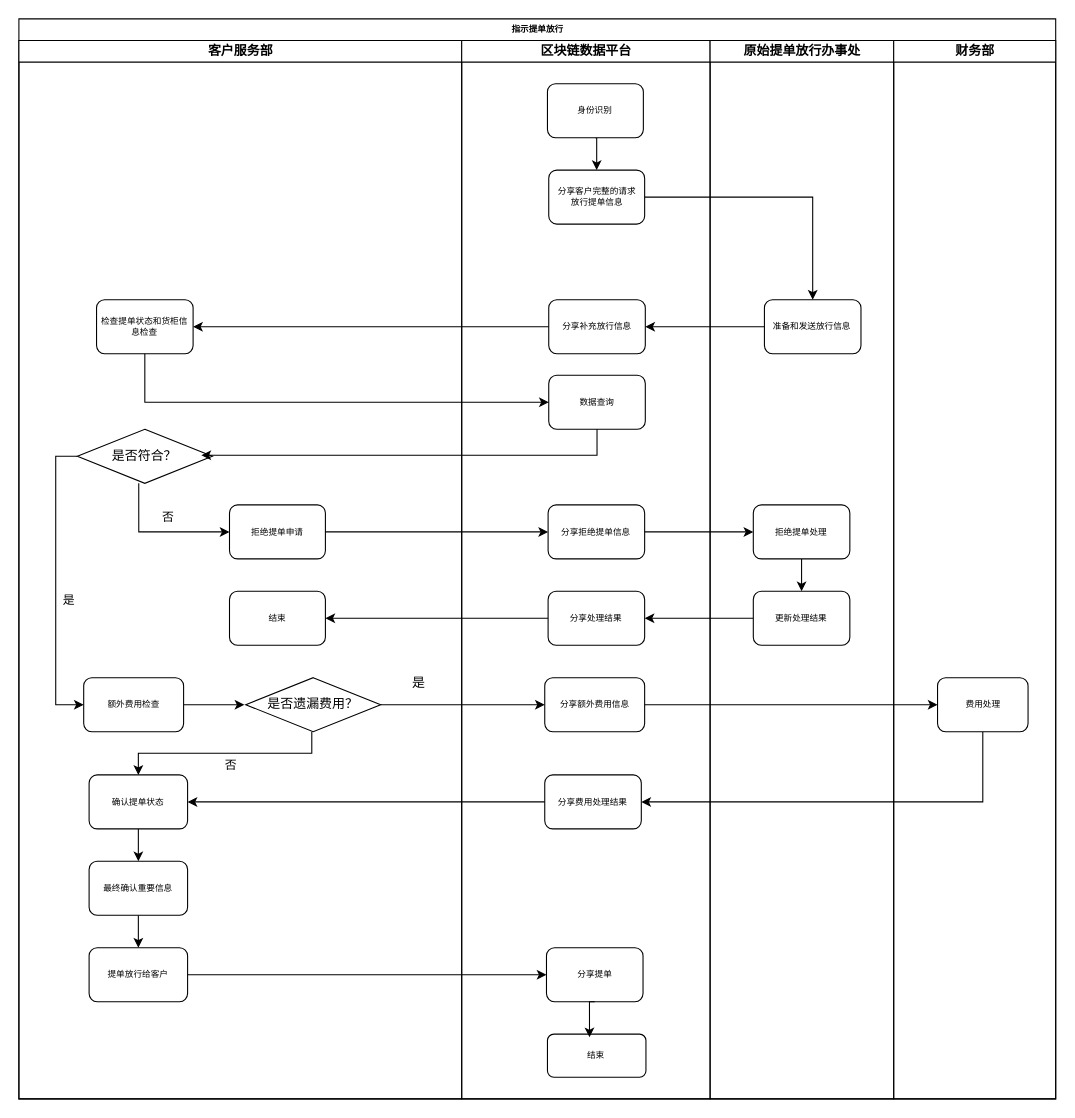
Earlier version of the draw.io diagram 指示提单放行优化后.drawio (huangdamon/taobao_catch). Source tidied: cells renumbered, new cells numbered last; positions are measured from the earlier drawing's top-left corner, leaving out a move shared by most shapes. Both pictures are drawn from the tidied source at 108%, with x=0, y=0 at pixel (18, 18).
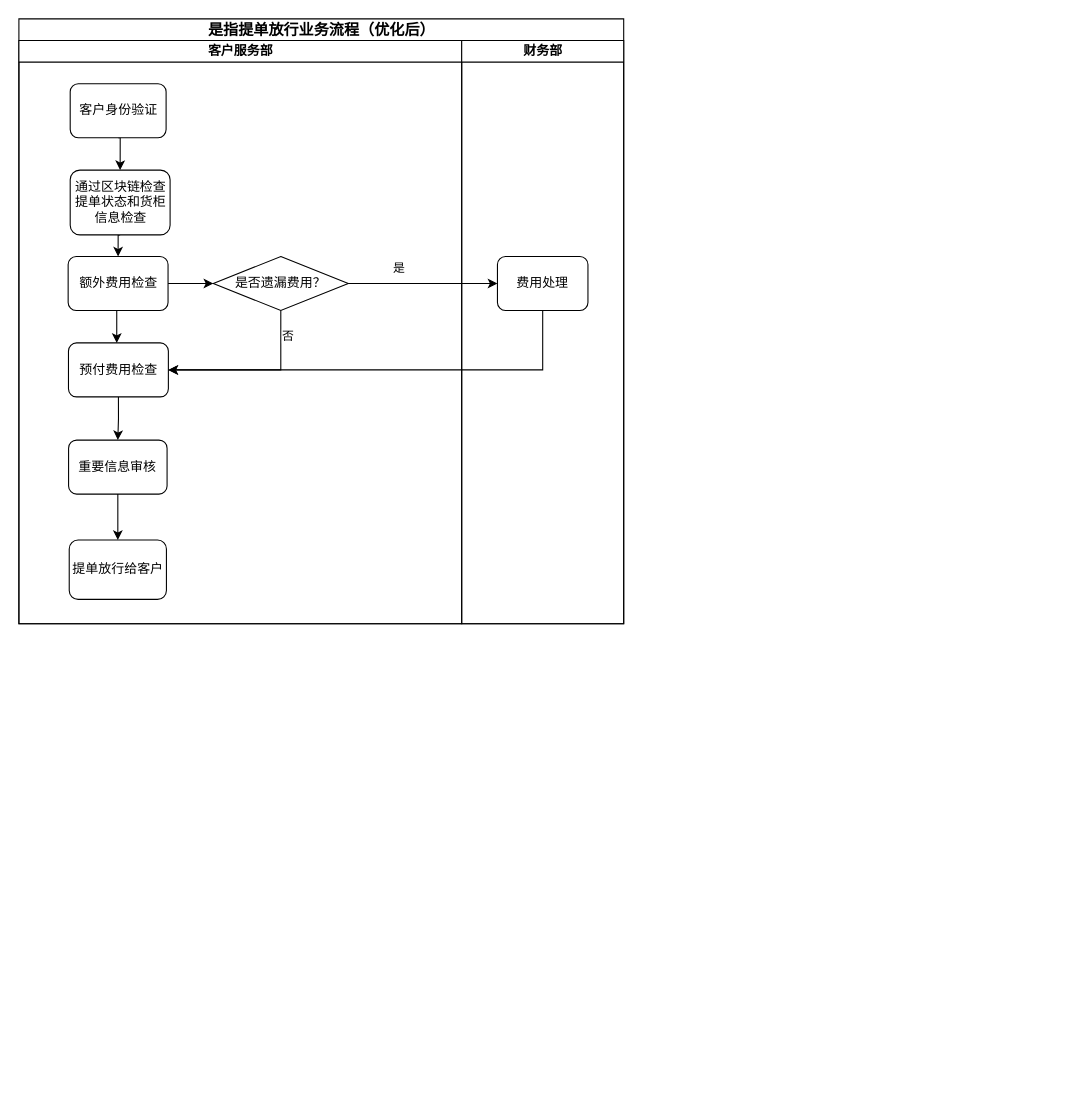
Above is the later version.

Commit message:
Update 指示提单放行优化后.drawio

The edit, as a diff of the source:
```diff
@@
-    <mxCell id="2" value="指示提单放行" style="swimlane;html=1;startSize=20;rounded=0;shadow=0;labelBackgroundColor=none;strokeWidth=1;fontFamily=Verdana;fontSize=8;align=center;" parent="1" vertex="1">
-      <mxGeometry width="960" height="1000" as="geometry" />
+    <mxCell id="2" value="&lt;font style=&quot;font-size: 14px;&quot;&gt;是指提单放行业务流程（优化后）&lt;/font&gt;" style="swimlane;html=1;startSize=20;rounded=0;shadow=0;labelBackgroundColor=none;strokeWidth=1;fontFamily=Verdana;fontSize=8;align=center;" parent="1" vertex="1">
+      <mxGeometry width="560" height="560" as="geometry" />
     </mxCell>
     <mxCell id="3" value="客户服务部" style="swimlane;html=1;startSize=20;" parent="2" vertex="1">
-      <mxGeometry y="20" width="410" height="980" as="geometry" />
+      <mxGeometry y="20" width="410" height="540" as="geometry" />
     </mxCell>
-    <mxCell id="4" style="edgeStyle=orthogonalEdgeStyle;rounded=0;jettySize=auto;html=1;exitX=1;exitY=0.5;exitDx=0;exitDy=0;entryX=0;entryY=0.5;entryDx=0;entryDy=0;" parent="3" edge="1" source="5">
-      <mxGeometry relative="1" as="geometry">
-        <mxPoint x="208.8" y="615" as="targetPoint" />
-      </mxGeometry>
-    </mxCell>
+    <mxCell id="57" style="edgeStyle=orthogonalEdgeStyle;rounded=0;jettySize=auto;html=1;exitX=0.5;exitY=1;exitDx=0;exitDy=0;entryX=0.5;entryY=0;entryDx=0;entryDy=0;" parent="3" edge="1" source="5">
+      <mxGeometry relative="1" as="geometry">
+        <mxPoint x="90.6" y="280" as="targetPoint" />
+      </mxGeometry>
+    </mxCell>
+    <mxCell id="58" style="edgeStyle=orthogonalEdgeStyle;rounded=0;jettySize=auto;html=1;exitX=1;exitY=0.5;exitDx=0;exitDy=0;entryX=0;entryY=0.5;entryDx=0;entryDy=0;" parent="3" edge="1" source="5" target="8">
+      <mxGeometry relative="1" as="geometry" />
+    </mxCell>
-    <mxCell id="5" value="额外费用检查" style="rounded=1;whiteSpace=wrap;html=1;shadow=0;labelBackgroundColor=none;strokeWidth=1;fontFamily=Verdana;fontSize=8;align=center;" parent="3" vertex="1">
-      <mxGeometry x="60" y="590" width="92.5" height="50" as="geometry" />
+    <mxCell id="5" value="&lt;font style=&quot;font-size: 12px;&quot;&gt;额外费用检查&lt;/font&gt;" style="rounded=1;whiteSpace=wrap;html=1;shadow=0;labelBackgroundColor=none;strokeWidth=1;fontFamily=Verdana;fontSize=8;align=center;" parent="3" vertex="1">
+      <mxGeometry x="45.6" y="200" width="92.5" height="50" as="geometry" />
     </mxCell>
-    <mxCell id="6" style="edgeStyle=orthogonalEdgeStyle;rounded=0;jettySize=auto;html=1;exitX=0.5;exitY=1;exitDx=0;exitDy=0;entryX=0.5;entryY=0;entryDx=0;entryDy=0;" parent="3" edge="1" target="11">
-      <mxGeometry relative="1" as="geometry">
-        <mxPoint x="271.2" y="640" as="sourcePoint" />
-        <Array as="points">
-          <mxPoint x="271" y="660" />
-          <mxPoint x="111" y="660" />
-        </Array>
-      </mxGeometry>
-    </mxCell>
-    <mxCell id="7" value="否" style="edgeLabel;html=1;align=center;verticalAlign=middle;" parent="6" vertex="1">
-      <mxGeometry x="-0.06" relative="1" as="geometry">
-        <mxPoint x="-2" y="10" as="offset" />
-      </mxGeometry>
-    </mxCell>
-    <mxCell id="8" value="是否遗漏费用？" style="rhombus;whiteSpace=wrap;html=1;" parent="3" vertex="1">
-      <mxGeometry x="210" y="590" width="125" height="50" as="geometry" />
-    </mxCell>
-    <mxCell id="9" value="是" style="text;html=1;align=center;verticalAlign=middle;strokeColor=none;fillColor=none;" parent="3" vertex="1">
-      <mxGeometry x="350" y="580" width="40" height="30" as="geometry" />
-    </mxCell>
-    <mxCell id="10" style="edgeStyle=orthogonalEdgeStyle;rounded=0;jettySize=auto;html=1;exitX=0.5;exitY=1;exitDx=0;exitDy=0;entryX=0.5;entryY=0;entryDx=0;entryDy=0;" parent="3" edge="1" source="11" target="13">
-      <mxGeometry relative="1" as="geometry" />
-    </mxCell>
-    <mxCell id="11" value="确认提单状态" style="rounded=1;whiteSpace=wrap;html=1;shadow=0;labelBackgroundColor=none;strokeWidth=1;fontFamily=Verdana;fontSize=8;align=center;" parent="3" vertex="1">
-      <mxGeometry x="65" y="680" width="91.2" height="50" as="geometry" />
-    </mxCell>
@@
-    <mxCell id="13" value="最终确认重要信息" style="rounded=1;whiteSpace=wrap;html=1;shadow=0;labelBackgroundColor=none;strokeWidth=1;fontFamily=Verdana;fontSize=8;align=center;" parent="3" vertex="1">
-      <mxGeometry x="65" y="760" width="91.2" height="50" as="geometry" />
+    <mxCell id="13" value="&lt;font style=&quot;font-size: 12px;&quot;&gt;重要信息审核&lt;/font&gt;" style="rounded=1;whiteSpace=wrap;html=1;shadow=0;labelBackgroundColor=none;strokeWidth=1;fontFamily=Verdana;fontSize=8;align=center;" parent="3" vertex="1">
+      <mxGeometry x="46" y="370" width="91.2" height="50" as="geometry" />
     </mxCell>
-    <mxCell id="14" value="提单放行给客户" style="rounded=1;whiteSpace=wrap;html=1;shadow=0;labelBackgroundColor=none;strokeWidth=1;fontFamily=Verdana;fontSize=8;align=center;" parent="3" vertex="1">
-      <mxGeometry x="65" y="840" width="91.2" height="50" as="geometry" />
+    <mxCell id="14" value="&lt;font style=&quot;font-size: 12px;&quot;&gt;提单放行给客户&lt;/font&gt;" style="rounded=1;whiteSpace=wrap;html=1;shadow=0;labelBackgroundColor=none;strokeWidth=1;fontFamily=Verdana;fontSize=8;align=center;" parent="3" vertex="1">
+      <mxGeometry x="46.6" y="462.5" width="90" height="55" as="geometry" />
     </mxCell>
+    <mxCell id="59" style="edgeStyle=orthogonalEdgeStyle;rounded=0;jettySize=auto;html=1;exitX=0.5;exitY=1;exitDx=0;exitDy=0;entryX=0.5;entryY=0;entryDx=0;entryDy=0;" parent="3" edge="1" source="15" target="5">
+      <mxGeometry relative="1" as="geometry" />
+    </mxCell>
-    <mxCell id="15" value="检查提单状态和货柜信息检查" style="rounded=1;whiteSpace=wrap;html=1;shadow=0;labelBackgroundColor=none;strokeWidth=1;fontFamily=Verdana;fontSize=8;align=center;" parent="3" vertex="1">
-      <mxGeometry x="71.9" y="240" width="89.4" height="50" as="geometry" />
+    <mxCell id="15" value="&lt;font style=&quot;font-size: 12px;&quot;&gt;通过区块链检查提单状态和货柜信息检查&lt;/font&gt;" style="rounded=1;whiteSpace=wrap;html=1;shadow=0;labelBackgroundColor=none;strokeWidth=1;fontFamily=Verdana;fontSize=8;align=center;" parent="3" vertex="1">
+      <mxGeometry x="47.5" y="120" width="92.5" height="60" as="geometry" />
     </mxCell>
-    <mxCell id="16" style="edgeStyle=orthogonalEdgeStyle;rounded=0;jettySize=auto;html=1;exitX=0.455;exitY=1;exitDx=0;exitDy=0;entryX=0;entryY=0.5;entryDx=0;entryDy=0;exitPerimeter=0;" parent="3" edge="1" source="19" target="20">
-      <mxGeometry relative="1" as="geometry" />
-    </mxCell>
-    <mxCell id="17" value="否" style="edgeLabel;html=1;align=center;verticalAlign=middle;" parent="16" vertex="1">
-      <mxGeometry x="0.02" y="2" relative="1" as="geometry">
-        <mxPoint x="6" y="-13" as="offset" />
-      </mxGeometry>
-    </mxCell>
-    <mxCell id="18" style="edgeStyle=orthogonalEdgeStyle;rounded=0;jettySize=auto;html=1;exitX=0;exitY=0.5;exitDx=0;exitDy=0;entryX=0;entryY=0.5;entryDx=0;entryDy=0;" parent="3" edge="1" source="19" target="5">
-      <mxGeometry relative="1" as="geometry" />
-    </mxCell>
-    <mxCell id="19" value="是否符合？" style="rhombus;whiteSpace=wrap;html=1;" parent="3" vertex="1">
-      <mxGeometry x="54.1" y="360" width="125" height="50" as="geometry" />
-    </mxCell>
-    <mxCell id="20" value="拒绝提单申请" style="rounded=1;whiteSpace=wrap;html=1;shadow=0;labelBackgroundColor=none;strokeWidth=1;fontFamily=Verdana;fontSize=8;align=center;" parent="3" vertex="1">
-      <mxGeometry x="195" y="430" width="88.8" height="50" as="geometry" />
-    </mxCell>
-    <mxCell id="21" value="结束" style="rounded=1;whiteSpace=wrap;html=1;shadow=0;labelBackgroundColor=none;strokeWidth=1;fontFamily=Verdana;fontSize=8;align=center;" parent="3" vertex="1">
-      <mxGeometry x="195" y="510" width="88.8" height="50" as="geometry" />
-    </mxCell>
-    <mxCell id="22" value="区块链数据平台" style="swimlane;html=1;startSize=20;" parent="2" vertex="1">
-      <mxGeometry x="410" y="20" width="230" height="980" as="geometry" />
-    </mxCell>
-    <mxCell id="23" value="分享客户完整的请求&lt;br&gt;放行提单信息" style="rounded=1;whiteSpace=wrap;html=1;shadow=0;labelBackgroundColor=none;strokeWidth=1;fontFamily=Verdana;fontSize=8;align=center;" parent="22" vertex="1">
-      <mxGeometry x="80.6" y="120" width="88.8" height="50" as="geometry" />
-    </mxCell>
-    <mxCell id="24" value="分享补充放行信息" style="rounded=1;whiteSpace=wrap;html=1;shadow=0;labelBackgroundColor=none;strokeWidth=1;fontFamily=Verdana;fontSize=8;align=center;" parent="22" vertex="1">
-      <mxGeometry x="80.6" y="240" width="89.4" height="50" as="geometry" />
-    </mxCell>
-    <mxCell id="25" value="数据查询" style="rounded=1;whiteSpace=wrap;html=1;shadow=0;labelBackgroundColor=none;strokeWidth=1;fontFamily=Verdana;fontSize=8;align=center;" parent="22" vertex="1">
-      <mxGeometry x="80.6" y="310" width="89.4" height="50" as="geometry" />
-    </mxCell>
-    <mxCell id="26" value="分享拒绝提单信息" style="rounded=1;whiteSpace=wrap;html=1;shadow=0;labelBackgroundColor=none;strokeWidth=1;fontFamily=Verdana;fontSize=8;align=center;" parent="22" vertex="1">
-      <mxGeometry x="80" y="430" width="89.4" height="50" as="geometry" />
-    </mxCell>
-    <mxCell id="27" value="分享处理结果" style="rounded=1;whiteSpace=wrap;html=1;shadow=0;labelBackgroundColor=none;strokeWidth=1;fontFamily=Verdana;fontSize=8;align=center;" parent="22" vertex="1">
-      <mxGeometry x="80" y="510" width="89.4" height="50" as="geometry" />
-    </mxCell>
-    <mxCell id="28" value="分享额外费用信息" style="rounded=1;whiteSpace=wrap;html=1;shadow=0;labelBackgroundColor=none;strokeWidth=1;fontFamily=Verdana;fontSize=8;align=center;" parent="22" vertex="1">
-      <mxGeometry x="76.9" y="590" width="92.5" height="50" as="geometry" />
-    </mxCell>
-    <mxCell id="29" value="分享费用处理结果" style="rounded=1;whiteSpace=wrap;html=1;shadow=0;labelBackgroundColor=none;strokeWidth=1;fontFamily=Verdana;fontSize=8;align=center;" parent="22" vertex="1">
-      <mxGeometry x="76.9" y="680" width="89.4" height="50" as="geometry" />
-    </mxCell>
-    <mxCell id="30" value="分享提单" style="rounded=1;whiteSpace=wrap;html=1;shadow=0;labelBackgroundColor=none;strokeWidth=1;fontFamily=Verdana;fontSize=8;align=center;" parent="22" vertex="1">
-      <mxGeometry x="78.5" y="840" width="89.4" height="50" as="geometry" />
-    </mxCell>
-    <mxCell id="31" value="结束" style="rounded=1;whiteSpace=wrap;html=1;shadow=0;labelBackgroundColor=none;strokeWidth=1;fontFamily=Verdana;fontSize=8;align=center;" parent="22" vertex="1">
-      <mxGeometry x="79.4" y="920" width="91.2" height="40" as="geometry" />
-    </mxCell>
-    <mxCell id="32" style="edgeStyle=orthogonalEdgeStyle;rounded=0;jettySize=auto;html=1;exitX=0.5;exitY=1;exitDx=0;exitDy=0;entryX=0.427;entryY=0.075;entryDx=0;entryDy=0;entryPerimeter=0;" parent="22" edge="1" source="30" target="31">
-      <mxGeometry relative="1" as="geometry" />
-    </mxCell>
-    <mxCell id="33" style="edgeStyle=orthogonalEdgeStyle;rounded=0;jettySize=auto;html=1;exitX=0.5;exitY=1;exitDx=0;exitDy=0;entryX=0.5;entryY=0;entryDx=0;entryDy=0;" parent="22" edge="1" source="34" target="23">
-      <mxGeometry relative="1" as="geometry" />
-    </mxCell>
+    <mxCell id="60" style="edgeStyle=orthogonalEdgeStyle;rounded=0;jettySize=auto;html=1;exitX=0.5;exitY=1;exitDx=0;exitDy=0;entryX=0.5;entryY=0;entryDx=0;entryDy=0;" parent="3" edge="1" source="34" target="15">
+      <mxGeometry relative="1" as="geometry" />
+    </mxCell>
-    <mxCell id="34" value="身份识别" style="rounded=1;whiteSpace=wrap;html=1;shadow=0;labelBackgroundColor=none;strokeWidth=1;fontFamily=Verdana;fontSize=8;align=center;" parent="22" vertex="1">
-      <mxGeometry x="79.4" y="40" width="88.8" height="50" as="geometry" />
+    <mxCell id="34" value="&lt;font style=&quot;font-size: 12px;&quot;&gt;客户身份验证&lt;/font&gt;" style="rounded=1;whiteSpace=wrap;html=1;shadow=0;labelBackgroundColor=none;strokeWidth=1;fontFamily=Verdana;fontSize=8;align=center;" parent="3" vertex="1">
+      <mxGeometry x="47.5" y="40" width="88.8" height="50" as="geometry" />
     </mxCell>
-    <mxCell id="35" style="edgeStyle=orthogonalEdgeStyle;rounded=0;jettySize=auto;html=1;exitX=0;exitY=0.5;exitDx=0;exitDy=0;" parent="2" edge="1" source="49" target="24">
-      <mxGeometry relative="1" as="geometry" />
-    </mxCell>
-    <mxCell id="36" style="edgeStyle=orthogonalEdgeStyle;rounded=0;jettySize=auto;html=1;exitX=0;exitY=0.5;exitDx=0;exitDy=0;entryX=1;entryY=0.5;entryDx=0;entryDy=0;" parent="2" edge="1" source="24" target="15">
-      <mxGeometry relative="1" as="geometry" />
-    </mxCell>
-    <mxCell id="37" style="edgeStyle=orthogonalEdgeStyle;rounded=0;jettySize=auto;html=1;exitX=0.5;exitY=1;exitDx=0;exitDy=0;entryX=0;entryY=0.5;entryDx=0;entryDy=0;" parent="2" edge="1" source="15" target="25">
-      <mxGeometry relative="1" as="geometry" />
-    </mxCell>
-    <mxCell id="38" style="edgeStyle=orthogonalEdgeStyle;rounded=0;jettySize=auto;html=1;exitX=0.5;exitY=1;exitDx=0;exitDy=0;entryX=0.919;entryY=0.48;entryDx=0;entryDy=0;entryPerimeter=0;" parent="2" edge="1" source="25" target="19">
-      <mxGeometry relative="1" as="geometry" />
-    </mxCell>
-    <mxCell id="39" style="edgeStyle=orthogonalEdgeStyle;rounded=0;jettySize=auto;html=1;exitX=1;exitY=0.5;exitDx=0;exitDy=0;entryX=0;entryY=0.5;entryDx=0;entryDy=0;" parent="2" edge="1" source="20" target="26">
-      <mxGeometry relative="1" as="geometry" />
-    </mxCell>
-    <mxCell id="40" style="edgeStyle=orthogonalEdgeStyle;rounded=0;jettySize=auto;html=1;exitX=1;exitY=0.5;exitDx=0;exitDy=0;entryX=0;entryY=0.5;entryDx=0;entryDy=0;" parent="2" edge="1" source="26" target="51">
-      <mxGeometry relative="1" as="geometry" />
-    </mxCell>
-    <mxCell id="41" style="edgeStyle=orthogonalEdgeStyle;rounded=0;jettySize=auto;html=1;exitX=0;exitY=0.5;exitDx=0;exitDy=0;entryX=1;entryY=0.5;entryDx=0;entryDy=0;" parent="2" edge="1" source="52" target="27">
-      <mxGeometry relative="1" as="geometry" />
-    </mxCell>
-    <mxCell id="42" style="edgeStyle=orthogonalEdgeStyle;rounded=0;jettySize=auto;html=1;exitX=0;exitY=0.5;exitDx=0;exitDy=0;entryX=1;entryY=0.5;entryDx=0;entryDy=0;" parent="2" edge="1" source="27" target="21">
-      <mxGeometry relative="1" as="geometry" />
-    </mxCell>
-    <mxCell id="43" style="edgeStyle=orthogonalEdgeStyle;rounded=0;jettySize=auto;html=1;exitX=1;exitY=0.5;exitDx=0;exitDy=0;entryX=0;entryY=0.5;entryDx=0;entryDy=0;" parent="2" edge="1" source="8" target="28">
-      <mxGeometry relative="1" as="geometry" />
-    </mxCell>
-    <mxCell id="44" style="edgeStyle=orthogonalEdgeStyle;rounded=0;jettySize=auto;html=1;exitX=1;exitY=0.5;exitDx=0;exitDy=0;entryX=0;entryY=0.5;entryDx=0;entryDy=0;" parent="2" edge="1" source="28" target="54">
-      <mxGeometry relative="1" as="geometry" />
-    </mxCell>
-    <mxCell id="45" style="edgeStyle=orthogonalEdgeStyle;rounded=0;jettySize=auto;html=1;exitX=0.5;exitY=1;exitDx=0;exitDy=0;entryX=1;entryY=0.5;entryDx=0;entryDy=0;" parent="2" edge="1" source="54" target="29">
-      <mxGeometry relative="1" as="geometry" />
-    </mxCell>
-    <mxCell id="46" style="edgeStyle=orthogonalEdgeStyle;rounded=0;jettySize=auto;html=1;exitX=0;exitY=0.5;exitDx=0;exitDy=0;entryX=1;entryY=0.5;entryDx=0;entryDy=0;" parent="2" edge="1" source="29" target="11">
-      <mxGeometry relative="1" as="geometry" />
-    </mxCell>
-    <mxCell id="47" style="edgeStyle=orthogonalEdgeStyle;rounded=0;jettySize=auto;html=1;exitX=1;exitY=0.5;exitDx=0;exitDy=0;" parent="2" edge="1" source="14" target="30">
-      <mxGeometry relative="1" as="geometry" />
-    </mxCell>
-    <mxCell id="48" value="原始提单放行办事处" style="swimlane;html=1;startSize=20;" parent="2" vertex="1">
-      <mxGeometry x="640" y="20" width="170" height="980" as="geometry" />
-    </mxCell>
-    <mxCell id="49" value="准备和发送放行信息" style="rounded=1;whiteSpace=wrap;html=1;shadow=0;labelBackgroundColor=none;strokeWidth=1;fontFamily=Verdana;fontSize=8;align=center;" parent="48" vertex="1">
-      <mxGeometry x="50.3" y="240" width="89.4" height="50" as="geometry" />
-    </mxCell>
-    <mxCell id="50" style="edgeStyle=orthogonalEdgeStyle;rounded=0;jettySize=auto;html=1;exitX=0.5;exitY=1;exitDx=0;exitDy=0;entryX=0.5;entryY=0;entryDx=0;entryDy=0;" parent="48" edge="1" source="51" target="52">
-      <mxGeometry relative="1" as="geometry" />
-    </mxCell>
-    <mxCell id="51" value="拒绝提单处理" style="rounded=1;whiteSpace=wrap;html=1;shadow=0;labelBackgroundColor=none;strokeWidth=1;fontFamily=Verdana;fontSize=8;align=center;" parent="48" vertex="1">
-      <mxGeometry x="40" y="430" width="89.4" height="50" as="geometry" />
-    </mxCell>
-    <mxCell id="52" value="更新处理结果" style="rounded=1;whiteSpace=wrap;html=1;shadow=0;labelBackgroundColor=none;strokeWidth=1;fontFamily=Verdana;fontSize=8;align=center;" parent="48" vertex="1">
-      <mxGeometry x="40" y="510" width="89.4" height="50" as="geometry" />
-    </mxCell>
+    <mxCell id="61" style="edgeStyle=orthogonalEdgeStyle;rounded=0;jettySize=auto;html=1;exitX=0.5;exitY=1;exitDx=0;exitDy=0;entryX=0.5;entryY=0;entryDx=0;entryDy=0;" parent="3" edge="1" source="62" target="13">
+      <mxGeometry relative="1" as="geometry" />
+    </mxCell>
+    <mxCell id="62" value="&lt;font style=&quot;font-size: 12px;&quot;&gt;预付费用检查&lt;/font&gt;" style="rounded=1;whiteSpace=wrap;html=1;shadow=0;labelBackgroundColor=none;strokeWidth=1;fontFamily=Verdana;fontSize=8;align=center;" parent="3" vertex="1">
+      <mxGeometry x="45.9" y="280" width="92.5" height="50" as="geometry" />
+    </mxCell>
+    <mxCell id="63" style="edgeStyle=orthogonalEdgeStyle;rounded=0;jettySize=auto;html=1;exitX=0.5;exitY=1;exitDx=0;exitDy=0;entryX=1;entryY=0.5;entryDx=0;entryDy=0;" parent="3" edge="1" source="8" target="62">
+      <mxGeometry relative="1" as="geometry" />
+    </mxCell>
+    <mxCell id="64" value="否" style="edgeLabel;html=1;align=center;verticalAlign=middle;" parent="63" vertex="1">
+      <mxGeometry x="-0.71" y="6" relative="1" as="geometry" />
+    </mxCell>
+    <mxCell id="8" value="是否遗漏费用？" style="rhombus;whiteSpace=wrap;html=1;" parent="3" vertex="1">
+      <mxGeometry x="180" y="200" width="125" height="50" as="geometry" />
+    </mxCell>
     <mxCell id="53" value="财务部" style="swimlane;html=1;startSize=20;" parent="2" vertex="1">
-      <mxGeometry x="810" y="20" width="150" height="980" as="geometry" />
+      <mxGeometry x="410" y="20" width="150" height="540" as="geometry" />
     </mxCell>
-    <mxCell id="54" value="费用处理" style="rounded=1;whiteSpace=wrap;html=1;shadow=0;labelBackgroundColor=none;strokeWidth=1;fontFamily=Verdana;fontSize=8;align=center;" parent="53" vertex="1">
-      <mxGeometry x="40.6" y="590" width="83.8" height="50" as="geometry" />
+    <mxCell id="54" value="&lt;font style=&quot;font-size: 12px;&quot;&gt;费用处理&lt;/font&gt;" style="rounded=1;whiteSpace=wrap;html=1;shadow=0;labelBackgroundColor=none;strokeWidth=1;fontFamily=Verdana;fontSize=8;align=center;" parent="53" vertex="1">
+      <mxGeometry x="33.1" y="200" width="83.8" height="50" as="geometry" />
     </mxCell>
-    <mxCell id="55" style="edgeStyle=orthogonalEdgeStyle;rounded=0;jettySize=auto;html=1;exitX=1;exitY=0.5;exitDx=0;exitDy=0;entryX=0.5;entryY=0;entryDx=0;entryDy=0;" parent="2" edge="1" source="23" target="49">
-      <mxGeometry relative="1" as="geometry" />
-    </mxCell>
+    <mxCell id="65" style="edgeStyle=orthogonalEdgeStyle;rounded=0;jettySize=auto;html=1;exitX=1;exitY=0.5;exitDx=0;exitDy=0;entryX=0;entryY=0.5;entryDx=0;entryDy=0;" parent="2" edge="1" source="8" target="54">
+      <mxGeometry relative="1" as="geometry" />
+    </mxCell>
-    <mxCell id="56" value="是" style="edgeLabel;html=1;align=center;verticalAlign=middle;" parent="1" vertex="1">
-      <mxGeometry x="147.9" y="470" as="geometry">
-        <mxPoint x="-102" y="67" as="offset" />
+    <mxCell id="56" value="是" style="edgeLabel;html=1;align=center;verticalAlign=middle;" parent="65" vertex="1">
+      <mxGeometry x="-0.33" y="1" relative="1" as="geometry">
+        <mxPoint y="-14" as="offset" />
       </mxGeometry>
     </mxCell>
+    <mxCell id="66" style="edgeStyle=orthogonalEdgeStyle;rounded=0;jettySize=auto;html=1;exitX=0.5;exitY=1;exitDx=0;exitDy=0;entryX=1;entryY=0.5;entryDx=0;entryDy=0;" parent="2" edge="1" source="54" target="62">
+      <mxGeometry relative="1" as="geometry" />
+    </mxCell>
```
